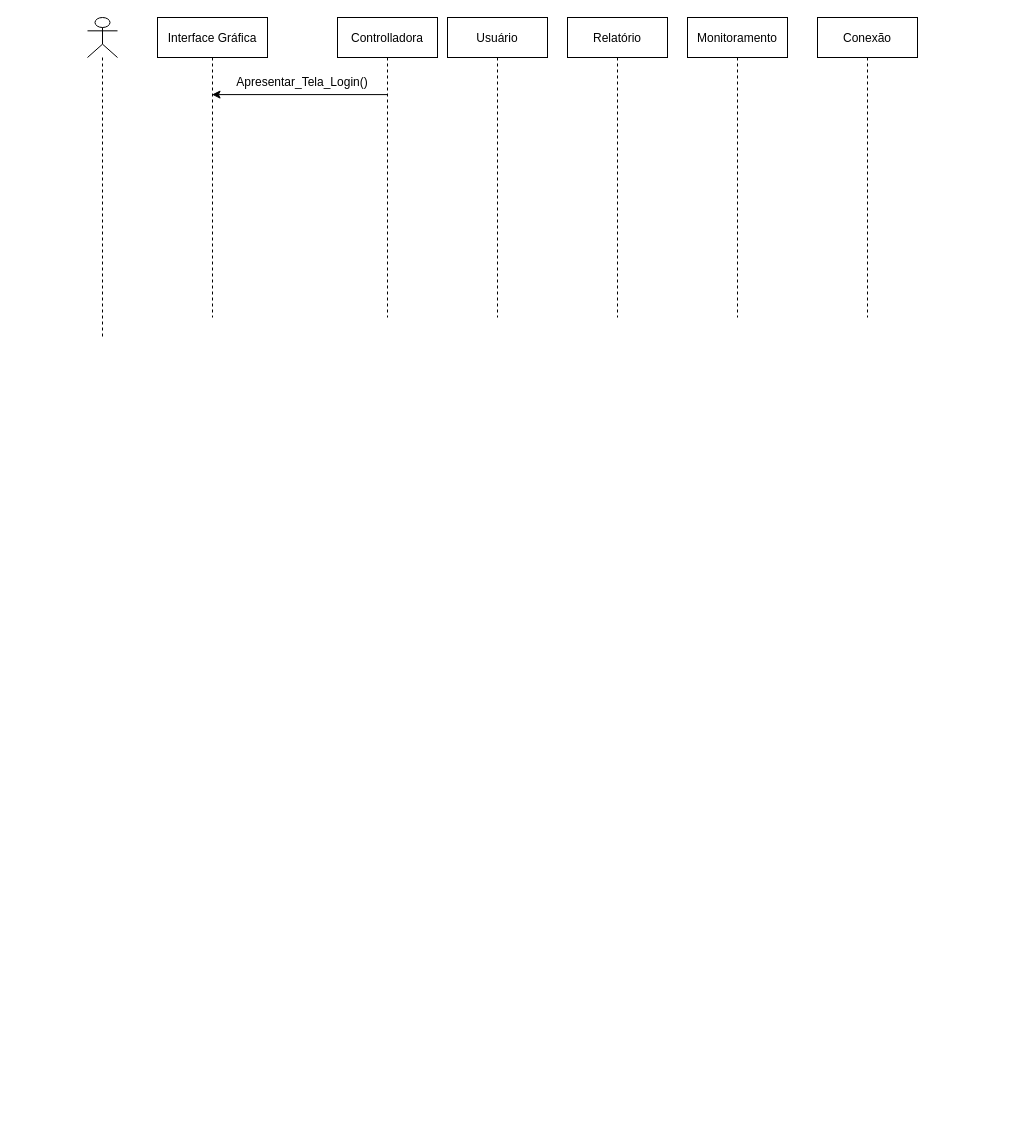
This is Diagrama de Sequencia Detalhado.drawio from GabrielZCode/Desenv-de-Sistemas-1, a draw.io file, before an edit. Source tidied: cells renumbered, new cells numbered last; positions are measured from the earlier drawing's top-left corner, leaving out a move shared by most shapes. Both pictures are drawn from the tidied source at 100%, with x=0, y=0 at pixel (87, 17).
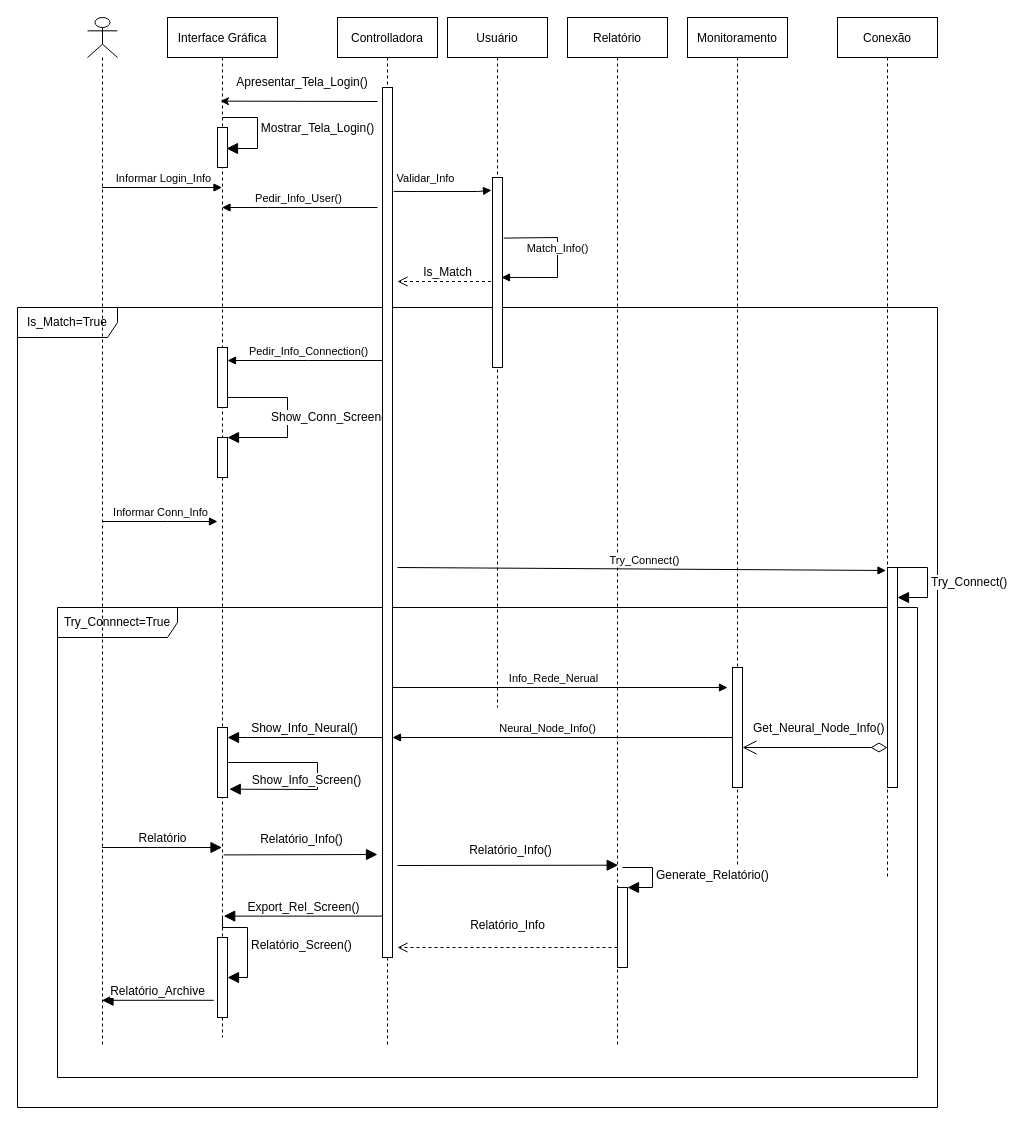
Above is the later version.

Change to the diagram source:
```diff
@@
+    <mxCell id="11" value="Is_Match=True" style="shape=umlFrame;whiteSpace=wrap;html=1;fontSize=12;width=100;height=30;" parent="1" vertex="1">
+      <mxGeometry x="-70" y="290" width="920" height="800" as="geometry" />
+    </mxCell>
+    <mxCell id="12" value="Try_Connnect=True" style="shape=umlFrame;whiteSpace=wrap;html=1;fontSize=12;width=120;height=30;" parent="1" vertex="1">
+      <mxGeometry x="-30" y="590" width="860" height="470" as="geometry" />
+    </mxCell>
+    <mxCell id="13" value="Is_Match" style="html=1;verticalAlign=bottom;endArrow=open;dashed=1;endSize=8;rounded=0;fontSize=12;jumpSize=7;" parent="1" edge="1" source="3">
+      <mxGeometry relative="1" as="geometry">
+        <mxPoint x="310" y="264" as="targetPoint" />
+      </mxGeometry>
+    </mxCell>
     <mxCell id="2" value="Interface Gráfica" style="shape=umlLifeline;perimeter=lifelinePerimeter;rounded=0;shadow=0;strokeWidth=1;" parent="1" vertex="1">
-      <mxGeometry x="70" width="110" height="300" as="geometry" />
+      <mxGeometry x="80" width="110" height="1020" as="geometry" />
     </mxCell>
+    <mxCell id="14" style="html=1;points=[];perimeter=orthogonalPerimeter;fontSize=12;" parent="2" vertex="1">
+      <mxGeometry x="50" y="110" width="10" height="40" as="geometry" />
+    </mxCell>
+    <mxCell id="15" value="Mostrar_Tela_Login()" style="html=1;verticalAlign=bottom;endArrow=block;rounded=0;fontSize=12;endSize=9;jumpSize=7;entryX=0.9;entryY=0.525;entryDx=0;entryDy=0;entryPerimeter=0;" parent="2" edge="1" target="14">
+      <mxGeometry x="0.13" y="60" relative="1" as="geometry">
+        <mxPoint x="55" y="100" as="sourcePoint" />
+        <Array as="points">
+          <mxPoint x="90" y="100" />
+          <mxPoint x="90" y="131" />
+        </Array>
+      </mxGeometry>
+    </mxCell>
+    <mxCell id="16" style="html=1;points=[];perimeter=orthogonalPerimeter;fontSize=12;" parent="2" vertex="1">
+      <mxGeometry x="50" y="330" width="10" height="60" as="geometry" />
+    </mxCell>
+    <mxCell id="17" style="html=1;points=[];perimeter=orthogonalPerimeter;fontSize=12;" parent="2" vertex="1">
+      <mxGeometry x="50" y="420" width="10" height="40" as="geometry" />
+    </mxCell>
+    <mxCell id="18" value="Show_Conn_Screen()" style="edgeStyle=orthogonalEdgeStyle;html=1;align=left;spacingLeft=2;endArrow=block;rounded=0;entryX=1;entryY=0;fontSize=12;endSize=9;jumpSize=7;exitX=1;exitY=0.833;exitDx=0;exitDy=0;exitPerimeter=0;" parent="2" edge="1" source="16" target="17">
+      <mxGeometry x="0.5" y="-20" relative="1" as="geometry">
+        <Array as="points">
+          <mxPoint x="120" y="380" />
+          <mxPoint x="120" y="420" />
+        </Array>
+      </mxGeometry>
+    </mxCell>
+    <mxCell id="19" style="html=1;points=[];perimeter=orthogonalPerimeter;fontSize=12;" parent="2" vertex="1">
+      <mxGeometry x="50" y="710" width="10" height="70" as="geometry" />
+    </mxCell>
+    <mxCell id="20" value="Show_Info_Screen()" style="html=1;verticalAlign=bottom;endArrow=block;rounded=0;fontSize=12;endSize=9;jumpSize=7;entryX=1.178;entryY=0.881;entryDx=0;entryDy=0;entryPerimeter=0;exitX=1.067;exitY=0.5;exitDx=0;exitDy=0;exitPerimeter=0;" parent="2" edge="1" source="19" target="19">
+      <mxGeometry x="0.24" relative="1" as="geometry">
+        <Array as="points">
+          <mxPoint x="150" y="745" />
+          <mxPoint x="150" y="772" />
+        </Array>
+      </mxGeometry>
+    </mxCell>
+    <mxCell id="21" style="html=1;points=[];perimeter=orthogonalPerimeter;fontSize=12;" parent="2" vertex="1">
+      <mxGeometry x="50" y="920" width="10" height="80" as="geometry" />
+    </mxCell>
+    <mxCell id="22" value="Relatório_Screen()" style="edgeStyle=orthogonalEdgeStyle;html=1;align=left;spacingLeft=2;endArrow=block;rounded=0;fontSize=12;endSize=9;jumpSize=7;" parent="2" edge="1">
+      <mxGeometry relative="1" as="geometry">
+        <mxPoint x="55" y="900" as="sourcePoint" />
+        <mxPoint x="60" y="960" as="targetPoint" />
+        <Array as="points">
+          <mxPoint x="55" y="910" />
+          <mxPoint x="80" y="910" />
+          <mxPoint x="80" y="960" />
+        </Array>
+      </mxGeometry>
+    </mxCell>
     <mxCell id="3" value="Usuário" style="shape=umlLifeline;perimeter=lifelinePerimeter;rounded=0;shadow=0;strokeWidth=1;" parent="1" vertex="1">
-      <mxGeometry x="360" width="100" height="300" as="geometry" />
+      <mxGeometry x="360" width="100" height="690" as="geometry" />
     </mxCell>
+    <mxCell id="23" style="html=1;points=[];perimeter=orthogonalPerimeter;fontSize=12;" parent="3" vertex="1">
+      <mxGeometry x="45" y="160" width="10" height="190" as="geometry" />
+    </mxCell>
+    <mxCell id="24" value="Match_Info()" style="html=1;verticalAlign=bottom;endArrow=block;rounded=0;fontColor=#000000;entryX=0.901;entryY=0.526;entryDx=0;entryDy=0;entryPerimeter=0;exitX=1.123;exitY=0.319;exitDx=0;exitDy=0;exitPerimeter=0;" parent="3" edge="1" source="23" target="23">
+      <mxGeometry x="-0.01" relative="1" as="geometry">
+        <Array as="points">
+          <mxPoint x="110" y="220" />
+          <mxPoint x="110" y="260" />
+        </Array>
+      </mxGeometry>
+    </mxCell>
     <mxCell id="4" value="Conexão" style="shape=umlLifeline;perimeter=lifelinePerimeter;rounded=0;shadow=0;strokeWidth=1;" parent="1" vertex="1">
-      <mxGeometry x="730" width="100" height="300" as="geometry" />
+      <mxGeometry x="750" width="100" height="860" as="geometry" />
     </mxCell>
+    <mxCell id="25" style="html=1;points=[];perimeter=orthogonalPerimeter;fontSize=12;" parent="4" vertex="1">
+      <mxGeometry x="50" y="550" width="10" height="220" as="geometry" />
+    </mxCell>
+    <mxCell id="26" value="Try_Connect()" style="edgeStyle=orthogonalEdgeStyle;html=1;align=left;spacingLeft=2;endArrow=block;rounded=0;fontSize=12;endSize=9;jumpSize=7;" parent="4" edge="1" source="25" target="25">
+      <mxGeometry relative="1" as="geometry">
+        <Array as="points">
+          <mxPoint x="90" y="550" />
+          <mxPoint x="90" y="580" />
+        </Array>
+      </mxGeometry>
+    </mxCell>
     <mxCell id="5" value="Relatório" style="shape=umlLifeline;perimeter=lifelinePerimeter;rounded=0;shadow=0;strokeWidth=1;" parent="1" vertex="1">
-      <mxGeometry x="480" width="100" height="300" as="geometry" />
+      <mxGeometry x="480" width="100" height="1030" as="geometry" />
     </mxCell>
+    <mxCell id="27" style="html=1;points=[];perimeter=orthogonalPerimeter;fontSize=12;" parent="5" vertex="1">
+      <mxGeometry x="50" y="870" width="10" height="80" as="geometry" />
+    </mxCell>
+    <mxCell id="28" value="Generate_Relatório()" style="edgeStyle=orthogonalEdgeStyle;html=1;align=left;spacingLeft=2;endArrow=block;rounded=0;entryX=1;entryY=0;fontSize=12;endSize=9;jumpSize=7;" parent="5" edge="1" target="27">
+      <mxGeometry relative="1" as="geometry">
+        <mxPoint x="55" y="850" as="sourcePoint" />
+        <Array as="points">
+          <mxPoint x="85" y="850" />
+        </Array>
+      </mxGeometry>
+    </mxCell>
     <mxCell id="6" value="Monitoramento" style="shape=umlLifeline;perimeter=lifelinePerimeter;rounded=0;shadow=0;strokeWidth=1;" parent="1" vertex="1">
-      <mxGeometry x="600" width="100" height="300" as="geometry" />
+      <mxGeometry x="600" width="100" height="850" as="geometry" />
     </mxCell>
     <mxCell id="7" value="Controlladora" style="shape=umlLifeline;perimeter=lifelinePerimeter;rounded=0;shadow=0;strokeWidth=1;" parent="1" vertex="1">
-      <mxGeometry x="250" width="100" height="300" as="geometry" />
+      <mxGeometry x="250" width="100" height="1030" as="geometry" />
     </mxCell>
+    <mxCell id="29" style="html=1;points=[];perimeter=orthogonalPerimeter;fontSize=12;" parent="7" vertex="1">
+      <mxGeometry x="45" y="70" width="10" height="870" as="geometry" />
+    </mxCell>
-    <mxCell id="8" style="endArrow=classic;html=1;rounded=0;exitX=0.5;exitY=0.257;exitDx=0;exitDy=0;exitPerimeter=0;" parent="1" edge="1" source="7" target="2">
-      <mxGeometry relative="1" as="geometry" />
+    <mxCell id="8" style="endArrow=classic;html=1;rounded=0;entryX=0.481;entryY=0.082;entryDx=0;entryDy=0;entryPerimeter=0;" parent="1" edge="1" target="2">
+      <mxGeometry relative="1" as="geometry">
+        <mxPoint x="290" y="84" as="sourcePoint" />
+      </mxGeometry>
     </mxCell>
@@
     <mxCell id="10" style="shape=umlLifeline;participant=umlActor;perimeter=lifelinePerimeter;whiteSpace=wrap;html=1;verticalAlign=top;spacingTop=36;outlineConnect=0;" parent="1" vertex="1">
-      <mxGeometry width="30" height="320" as="geometry" />
+      <mxGeometry width="30" height="1030" as="geometry" />
     </mxCell>
+    <mxCell id="30" value="Informar Login_Info" style="html=1;verticalAlign=bottom;endArrow=block;rounded=0;fontColor=#000000;" parent="1" edge="1" source="10" target="2">
+      <mxGeometry x="0.01" relative="1" as="geometry">
+        <Array as="points">
+          <mxPoint x="100" y="170" />
+        </Array>
+      </mxGeometry>
+    </mxCell>
+    <mxCell id="31" value="Pedir_Info_User()" style="html=1;verticalAlign=bottom;endArrow=block;rounded=0;fontColor=#000000;" parent="1" edge="1" target="2">
+      <mxGeometry x="0.01" relative="1" as="geometry">
+        <mxPoint x="290" y="190" as="sourcePoint" />
+        <Array as="points">
+          <mxPoint x="180" y="190" />
+        </Array>
+      </mxGeometry>
+    </mxCell>
+    <mxCell id="32" value="Validar_Info" style="html=1;verticalAlign=bottom;endArrow=block;rounded=0;fontColor=#000000;exitX=0.123;exitY=0.494;exitDx=0;exitDy=0;exitPerimeter=0;entryX=-0.099;entryY=0.067;entryDx=0;entryDy=0;entryPerimeter=0;" parent="1" edge="1" target="23">
+      <mxGeometry x="-0.35" y="4" relative="1" as="geometry">
+        <mxPoint x="306.2" y="173.9" as="sourcePoint" />
+        <Array as="points">
+          <mxPoint x="330" y="174" />
+          <mxPoint x="390" y="174" />
+        </Array>
+      </mxGeometry>
+    </mxCell>
+    <mxCell id="33" value="Pedir_Info_Connection()" style="html=1;verticalAlign=bottom;endArrow=block;rounded=0;fontColor=#000000;" parent="1" edge="1" source="29" target="16">
+      <mxGeometry x="-0.04" relative="1" as="geometry">
+        <Array as="points">
+          <mxPoint x="220" y="343" />
+        </Array>
+      </mxGeometry>
+    </mxCell>
+    <mxCell id="34" value="Informar Conn_Info" style="html=1;verticalAlign=bottom;endArrow=block;rounded=0;fontColor=#000000;" parent="1" edge="1" source="10">
+      <mxGeometry x="0.01" relative="1" as="geometry">
+        <mxPoint x="130" y="504" as="targetPoint" />
+        <Array as="points">
+          <mxPoint x="80" y="504" />
+        </Array>
+      </mxGeometry>
+    </mxCell>
+    <mxCell id="35" value="Try_Connect()" style="html=1;verticalAlign=bottom;endArrow=block;rounded=0;fontColor=#000000;entryX=0.485;entryY=0.643;entryDx=0;entryDy=0;entryPerimeter=0;" parent="1" edge="1" target="4">
+      <mxGeometry x="0.01" relative="1" as="geometry">
+        <mxPoint x="310" y="550" as="sourcePoint" />
+      </mxGeometry>
+    </mxCell>
+    <mxCell id="36" value="Get_Neural_Node_Info()" style="endArrow=open;html=1;endSize=12;startArrow=diamondThin;startSize=14;startFill=0;edgeStyle=orthogonalEdgeStyle;align=left;verticalAlign=bottom;rounded=0;fontSize=12;jumpSize=7;" parent="1" edge="1" source="25" target="38">
+      <mxGeometry x="0.87" y="-10" relative="1" as="geometry">
+        <Array as="points">
+          <mxPoint x="740" y="730" />
+          <mxPoint x="740" y="730" />
+        </Array>
+      </mxGeometry>
+    </mxCell>
+    <mxCell id="37" value="Info_Rede_Nerual" style="html=1;verticalAlign=bottom;endArrow=block;rounded=0;fontColor=#000000;" parent="1" edge="1" source="29">
+      <mxGeometry x="-0.04" relative="1" as="geometry">
+        <mxPoint x="640" y="670" as="targetPoint" />
+        <Array as="points">
+          <mxPoint x="450" y="670" />
+        </Array>
+      </mxGeometry>
+    </mxCell>
+    <mxCell id="38" style="html=1;points=[];perimeter=orthogonalPerimeter;fontSize=12;" parent="1" vertex="1">
+      <mxGeometry x="645" y="650" width="10" height="120" as="geometry" />
+    </mxCell>
+    <mxCell id="39" value="Neural_Node_Info()" style="html=1;verticalAlign=bottom;endArrow=block;rounded=0;fontColor=#000000;" parent="1" edge="1" source="38" target="29">
+      <mxGeometry x="0.09" relative="1" as="geometry">
+        <Array as="points">
+          <mxPoint x="620" y="720" />
+          <mxPoint x="450" y="720" />
+        </Array>
+      </mxGeometry>
+    </mxCell>
+    <mxCell id="40" value="Show_Info_Neural()" style="html=1;verticalAlign=bottom;endArrow=block;rounded=0;fontSize=12;endSize=9;jumpSize=7;" parent="1" edge="1" source="29" target="19">
+      <mxGeometry relative="1" as="geometry">
+        <Array as="points">
+          <mxPoint x="160" y="720" />
+        </Array>
+      </mxGeometry>
+    </mxCell>
+    <mxCell id="41" value="Relatório" style="html=1;verticalAlign=bottom;endArrow=block;rounded=0;fontSize=12;endSize=9;jumpSize=7;" parent="1" edge="1" source="10" target="2">
+      <mxGeometry relative="1" as="geometry">
+        <Array as="points">
+          <mxPoint x="70" y="830" />
+        </Array>
+      </mxGeometry>
+    </mxCell>
+    <mxCell id="42" value="Relatório_Info()" style="html=1;verticalAlign=bottom;endArrow=block;rounded=0;fontSize=12;endSize=9;jumpSize=7;exitX=0.511;exitY=0.821;exitDx=0;exitDy=0;exitPerimeter=0;" parent="1" edge="1" source="2">
+      <mxGeometry x="0.02" y="6" relative="1" as="geometry">
+        <mxPoint x="290" y="837" as="targetPoint" />
+      </mxGeometry>
+    </mxCell>
+    <mxCell id="43" value="Relatório_Info()" style="html=1;verticalAlign=bottom;endArrow=block;rounded=0;fontSize=12;endSize=9;jumpSize=7;entryX=0.507;entryY=0.823;entryDx=0;entryDy=0;entryPerimeter=0;" parent="1" edge="1" target="5">
+      <mxGeometry x="0.02" y="6" relative="1" as="geometry">
+        <mxPoint x="310" y="848" as="sourcePoint" />
+      </mxGeometry>
+    </mxCell>
+    <mxCell id="44" value="Relatório_Info" style="html=1;verticalAlign=bottom;endArrow=open;dashed=1;endSize=8;rounded=0;fontSize=12;jumpSize=7;" parent="1" edge="1">
+      <mxGeometry y="-13" relative="1" as="geometry">
+        <mxPoint x="530" y="930" as="sourcePoint" />
+        <mxPoint x="310" y="930" as="targetPoint" />
+      </mxGeometry>
+    </mxCell>
+    <mxCell id="45" value="Export_Rel_Screen()" style="html=1;verticalAlign=bottom;endArrow=block;rounded=0;fontSize=12;endSize=9;jumpSize=7;entryX=0.511;entryY=0.881;entryDx=0;entryDy=0;entryPerimeter=0;" parent="1" edge="1" source="29" target="2">
+      <mxGeometry relative="1" as="geometry" />
+    </mxCell>
+    <mxCell id="46" value="Relatório_Archive" style="html=1;verticalAlign=bottom;endArrow=block;rounded=0;fontSize=12;endSize=9;jumpSize=7;exitX=-0.377;exitY=0.785;exitDx=0;exitDy=0;exitPerimeter=0;" parent="1" edge="1" source="21" target="10">
+      <mxGeometry x="0.01" relative="1" as="geometry" />
+    </mxCell>
```
